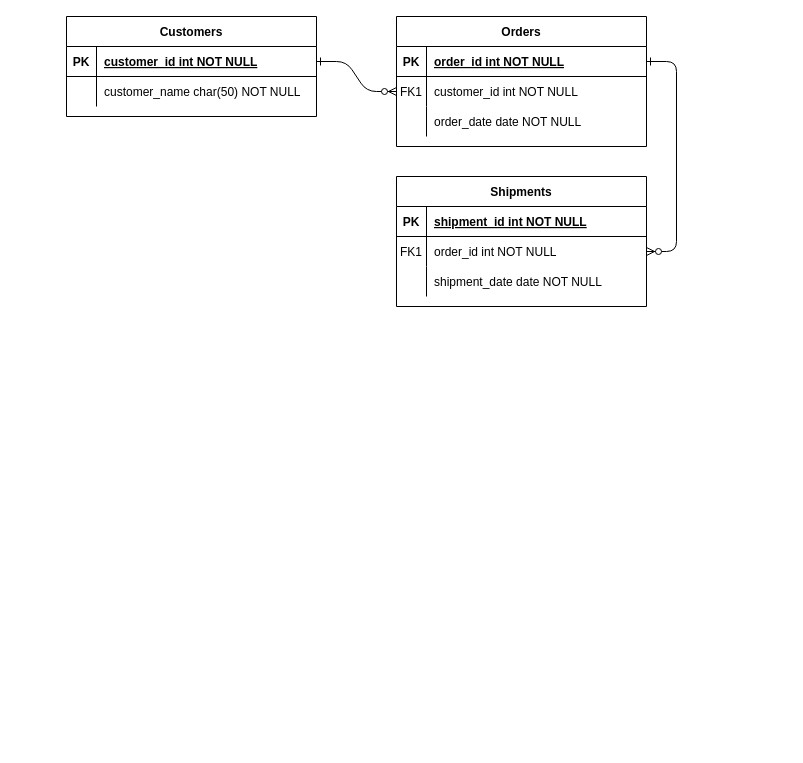
This is 名称未設定ファイル.drawio from blue-drill/kurenai-dorill.github.io, a draw.io file, before an edit. Source tidied: cells renumbered, new cells numbered last; positions are measured from the earlier drawing's top-left corner, leaving out a move shared by most shapes. Both pictures are drawn from the tidied source at 100%, with x=0, y=0 at pixel (66, 16).
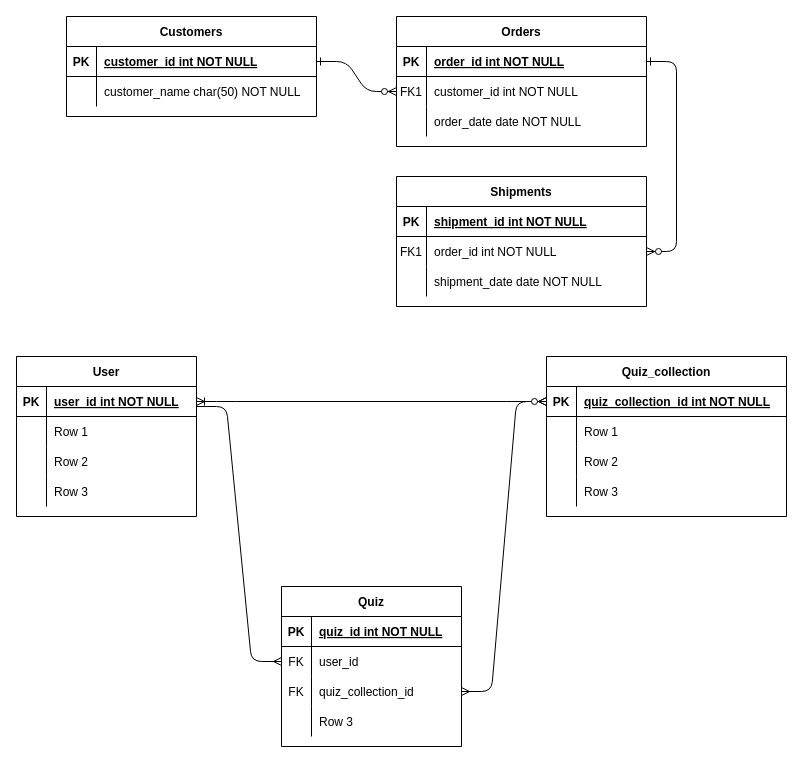
After the change.

Commit message:
名称未設定ファイル.drawio を更新します

Change to the diagram source:
```diff
@@
+    <mxCell id="31" value="User" style="shape=table;startSize=30;childLayout=tableLayout;rowLines=0;fontStyle=1;align=center;" parent="1" vertex="1">
+      <mxGeometry x="-50" y="340" width="180" height="160" as="geometry" />
+    </mxCell>
+    <mxCell id="32" style="shape=partialRectangle;fillColor=none;top=0;left=0;bottom=1;right=0;points=[[0,0.5],[1,0.5]];portConstraint=eastwest;" parent="31" vertex="1">
+      <mxGeometry y="30" width="180" height="30" as="geometry" />
+    </mxCell>
+    <mxCell id="33" value="PK" style="shape=partialRectangle;fillColor=none;top=0;left=0;bottom=0;right=0;fontStyle=1;overflow=hidden;" parent="32" vertex="1">
+      <mxGeometry width="30" height="30" as="geometry" />
+    </mxCell>
+    <mxCell id="34" value="user_id int NOT NULL" style="shape=partialRectangle;fillColor=none;top=0;left=0;bottom=0;right=0;align=left;spacingLeft=6;fontStyle=5;overflow=hidden;" parent="32" vertex="1">
+      <mxGeometry x="30" width="150" height="30" as="geometry" />
+    </mxCell>
+    <mxCell id="35" style="shape=partialRectangle;fillColor=none;top=0;left=0;bottom=0;right=0;" parent="31" vertex="1">
+      <mxGeometry y="60" width="180" height="30" as="geometry" />
+    </mxCell>
+    <mxCell id="36" style="shape=partialRectangle;fillColor=none;top=0;left=0;bottom=0;right=0;overflow=hidden;" parent="35" vertex="1">
+      <mxGeometry width="30" height="30" as="geometry" />
+    </mxCell>
+    <mxCell id="37" value="Row 1" style="shape=partialRectangle;fillColor=none;top=0;left=0;bottom=0;right=0;align=left;spacingLeft=6;overflow=hidden;" parent="35" vertex="1">
+      <mxGeometry x="30" width="150" height="30" as="geometry" />
+    </mxCell>
+    <mxCell id="38" style="shape=partialRectangle;fillColor=none;top=0;left=0;bottom=0;right=0;" parent="31" vertex="1">
+      <mxGeometry y="90" width="180" height="30" as="geometry" />
+    </mxCell>
+    <mxCell id="39" style="shape=partialRectangle;fillColor=none;top=0;left=0;bottom=0;right=0;overflow=hidden;" parent="38" vertex="1">
+      <mxGeometry width="30" height="30" as="geometry" />
+    </mxCell>
+    <mxCell id="40" value="Row 2" style="shape=partialRectangle;fillColor=none;top=0;left=0;bottom=0;right=0;align=left;spacingLeft=6;overflow=hidden;" parent="38" vertex="1">
+      <mxGeometry x="30" width="150" height="30" as="geometry" />
+    </mxCell>
+    <mxCell id="41" style="shape=partialRectangle;fillColor=none;top=0;left=0;bottom=0;right=0;" parent="31" vertex="1">
+      <mxGeometry y="120" width="180" height="30" as="geometry" />
+    </mxCell>
+    <mxCell id="42" style="shape=partialRectangle;fillColor=none;top=0;left=0;bottom=0;right=0;overflow=hidden;" parent="41" vertex="1">
+      <mxGeometry width="30" height="30" as="geometry" />
+    </mxCell>
+    <mxCell id="43" value="Row 3" style="shape=partialRectangle;fillColor=none;top=0;left=0;bottom=0;right=0;align=left;spacingLeft=6;overflow=hidden;" parent="41" vertex="1">
+      <mxGeometry x="30" width="150" height="30" as="geometry" />
+    </mxCell>
+    <mxCell id="44" value="Quiz" style="shape=table;startSize=30;childLayout=tableLayout;rowLines=0;fontStyle=1;align=center;" parent="1" vertex="1">
+      <mxGeometry x="215" y="570" width="180" height="160" as="geometry" />
+    </mxCell>
+    <mxCell id="45" style="shape=partialRectangle;fillColor=none;top=0;left=0;bottom=1;right=0;" parent="44" vertex="1">
+      <mxGeometry y="30" width="180" height="30" as="geometry" />
+    </mxCell>
+    <mxCell id="46" value="PK" style="shape=partialRectangle;fillColor=none;top=0;left=0;bottom=0;right=0;fontStyle=1;overflow=hidden;" parent="45" vertex="1">
+      <mxGeometry width="30" height="30" as="geometry" />
+    </mxCell>
+    <mxCell id="47" value="quiz_id int NOT NULL" style="shape=partialRectangle;fillColor=none;top=0;left=0;bottom=0;right=0;align=left;spacingLeft=6;fontStyle=5;overflow=hidden;" parent="45" vertex="1">
+      <mxGeometry x="30" width="150" height="30" as="geometry" />
+    </mxCell>
+    <mxCell id="48" style="shape=partialRectangle;fillColor=none;top=0;left=0;bottom=0;right=0;points=[[0,0.5],[1,0.5]];portConstraint=eastwest;" parent="44" vertex="1">
+      <mxGeometry y="60" width="180" height="30" as="geometry" />
+    </mxCell>
+    <mxCell id="49" value="FK" style="shape=partialRectangle;fillColor=none;top=0;left=0;bottom=0;right=0;overflow=hidden;" parent="48" vertex="1">
+      <mxGeometry width="30" height="30" as="geometry" />
+    </mxCell>
+    <mxCell id="50" value="user_id" style="shape=partialRectangle;fillColor=none;top=0;left=0;bottom=0;right=0;align=left;spacingLeft=6;overflow=hidden;" parent="48" vertex="1">
+      <mxGeometry x="30" width="150" height="30" as="geometry" />
+    </mxCell>
+    <mxCell id="51" style="shape=partialRectangle;fillColor=none;top=0;left=0;bottom=0;right=0;points=[[0,0.5],[1,0.5]];portConstraint=eastwest;" parent="44" vertex="1">
+      <mxGeometry y="90" width="180" height="30" as="geometry" />
+    </mxCell>
+    <mxCell id="52" value="FK" style="shape=partialRectangle;fillColor=none;top=0;left=0;bottom=0;right=0;overflow=hidden;" parent="51" vertex="1">
+      <mxGeometry width="30" height="30" as="geometry" />
+    </mxCell>
+    <mxCell id="53" value="quiz_collection_id" style="shape=partialRectangle;fillColor=none;top=0;left=0;bottom=0;right=0;align=left;spacingLeft=6;overflow=hidden;" parent="51" vertex="1">
+      <mxGeometry x="30" width="150" height="30" as="geometry" />
+    </mxCell>
+    <mxCell id="54" style="shape=partialRectangle;fillColor=none;top=0;left=0;bottom=0;right=0;" parent="44" vertex="1">
+      <mxGeometry y="120" width="180" height="30" as="geometry" />
+    </mxCell>
+    <mxCell id="55" style="shape=partialRectangle;fillColor=none;top=0;left=0;bottom=0;right=0;overflow=hidden;" parent="54" vertex="1">
+      <mxGeometry width="30" height="30" as="geometry" />
+    </mxCell>
+    <mxCell id="56" value="Row 3" style="shape=partialRectangle;fillColor=none;top=0;left=0;bottom=0;right=0;align=left;spacingLeft=6;overflow=hidden;" parent="54" vertex="1">
+      <mxGeometry x="30" width="150" height="30" as="geometry" />
+    </mxCell>
+    <mxCell id="57" value="Quiz_collection" style="shape=table;startSize=30;childLayout=tableLayout;rowLines=0;fontStyle=1;align=center;" parent="1" vertex="1">
+      <mxGeometry x="480" y="340" width="240" height="160" as="geometry" />
+    </mxCell>
+    <mxCell id="58" style="shape=partialRectangle;fillColor=none;top=0;left=0;bottom=1;right=0;points=[[0,0.5],[1,0.5]];portConstraint=eastwest;" parent="57" vertex="1">
+      <mxGeometry y="30" width="240" height="30" as="geometry" />
+    </mxCell>
+    <mxCell id="59" value="PK" style="shape=partialRectangle;fillColor=none;top=0;left=0;bottom=0;right=0;fontStyle=1;overflow=hidden;" parent="58" vertex="1">
+      <mxGeometry width="30" height="30" as="geometry" />
+    </mxCell>
+    <mxCell id="60" value="quiz_collection_id int NOT NULL" style="shape=partialRectangle;fillColor=none;top=0;left=0;bottom=0;right=0;align=left;spacingLeft=6;fontStyle=5;overflow=hidden;" parent="58" vertex="1">
+      <mxGeometry x="30" width="210" height="30" as="geometry" />
+    </mxCell>
+    <mxCell id="61" style="shape=partialRectangle;fillColor=none;top=0;left=0;bottom=0;right=0;" parent="57" vertex="1">
+      <mxGeometry y="60" width="240" height="30" as="geometry" />
+    </mxCell>
+    <mxCell id="62" style="shape=partialRectangle;fillColor=none;top=0;left=0;bottom=0;right=0;overflow=hidden;" parent="61" vertex="1">
+      <mxGeometry width="30" height="30" as="geometry" />
+    </mxCell>
+    <mxCell id="63" value="Row 1" style="shape=partialRectangle;fillColor=none;top=0;left=0;bottom=0;right=0;align=left;spacingLeft=6;overflow=hidden;" parent="61" vertex="1">
+      <mxGeometry x="30" width="210" height="30" as="geometry" />
+    </mxCell>
+    <mxCell id="64" style="shape=partialRectangle;fillColor=none;top=0;left=0;bottom=0;right=0;" parent="57" vertex="1">
+      <mxGeometry y="90" width="240" height="30" as="geometry" />
+    </mxCell>
+    <mxCell id="65" style="shape=partialRectangle;fillColor=none;top=0;left=0;bottom=0;right=0;overflow=hidden;" parent="64" vertex="1">
+      <mxGeometry width="30" height="30" as="geometry" />
+    </mxCell>
+    <mxCell id="66" value="Row 2" style="shape=partialRectangle;fillColor=none;top=0;left=0;bottom=0;right=0;align=left;spacingLeft=6;overflow=hidden;" parent="64" vertex="1">
+      <mxGeometry x="30" width="210" height="30" as="geometry" />
+    </mxCell>
+    <mxCell id="67" style="shape=partialRectangle;fillColor=none;top=0;left=0;bottom=0;right=0;" parent="57" vertex="1">
+      <mxGeometry y="120" width="240" height="30" as="geometry" />
+    </mxCell>
+    <mxCell id="68" style="shape=partialRectangle;fillColor=none;top=0;left=0;bottom=0;right=0;overflow=hidden;" parent="67" vertex="1">
+      <mxGeometry width="30" height="30" as="geometry" />
+    </mxCell>
+    <mxCell id="69" value="Row 3" style="shape=partialRectangle;fillColor=none;top=0;left=0;bottom=0;right=0;align=left;spacingLeft=6;overflow=hidden;" parent="67" vertex="1">
+      <mxGeometry x="30" width="210" height="30" as="geometry" />
+    </mxCell>
+    <mxCell id="70" style="edgeStyle=entityRelationEdgeStyle;fontSize=12;html=1;endArrow=ERmany;" parent="1" edge="1" target="48">
+      <mxGeometry relative="1" as="geometry">
+        <mxPoint x="130" y="390" as="sourcePoint" />
+      </mxGeometry>
+    </mxCell>
+    <mxCell id="71" style="edgeStyle=entityRelationEdgeStyle;fontSize=12;html=1;endArrow=ERmany;startArrow=ERmany;entryX=0;entryY=0.5;entryDx=0;entryDy=0;" parent="1" edge="1" source="51" target="58">
+      <mxGeometry relative="1" as="geometry" />
+    </mxCell>
+    <mxCell id="72" style="edgeStyle=entityRelationEdgeStyle;fontSize=12;html=1;endArrow=ERoneToMany;startArrow=ERzeroToMany;" parent="1" edge="1" source="58" target="32">
+      <mxGeometry relative="1" as="geometry" />
+    </mxCell>
```
